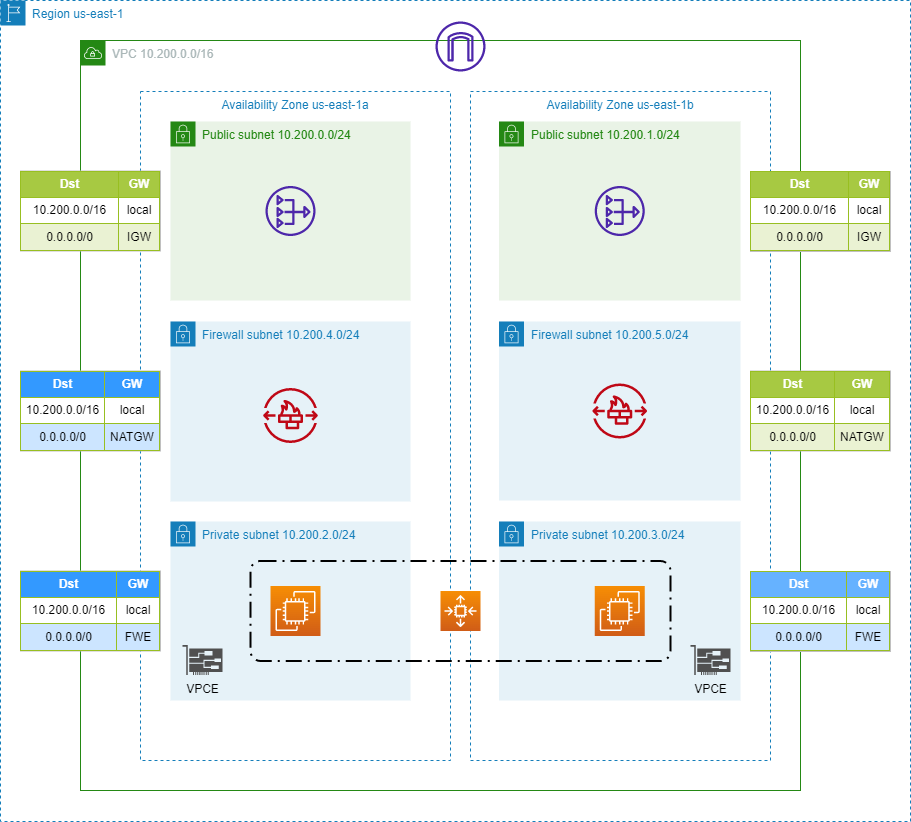
enanselmi/base-infrastructure-with-firewall keeps this draw.io diagram as images/diagram.png. Above is the earlier version. Source tidied: cells renumbered, new cells last; positions are measured from the earlier drawing's top-left corner, leaving out a move shared by most shapes.
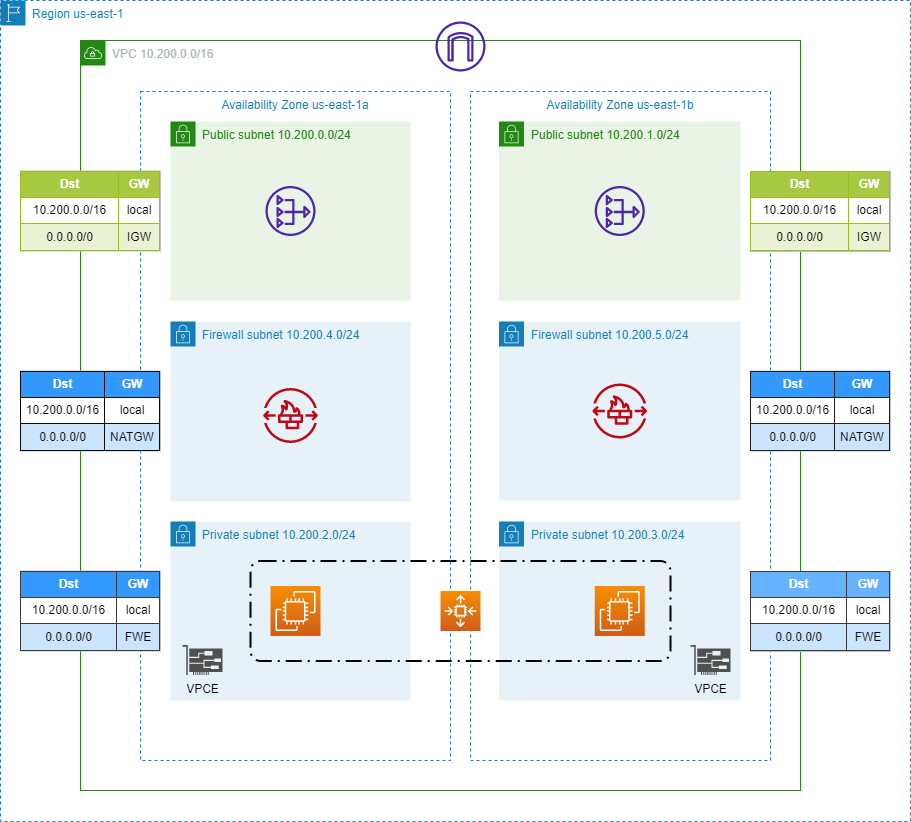
Above is the later version.

Change to the diagram source:
```diff
@@ -56,10 +56,10 @@
     <mxCell id="19" value="&lt;table border=&quot;1&quot; width=&quot;100%&quot; height=&quot;100%&quot; cellpadding=&quot;4&quot; style=&quot;width:100%;height:100%;border-collapse:collapse;&quot;&gt;&lt;tbody&gt;&lt;tr style=&quot;background-color:#A7C942;color:#ffffff;border:1px solid #98bf21;&quot;&gt;&lt;th style=&quot;text-align: center;&quot;&gt;Dst&lt;/th&gt;&lt;th style=&quot;text-align: center;&quot;&gt;GW&lt;/th&gt;&lt;/tr&gt;&lt;tr style=&quot;border:1px solid #98bf21;&quot;&gt;&lt;td style=&quot;text-align: center;&quot;&gt;10.200.0.0/16&lt;/td&gt;&lt;td style=&quot;text-align: center;&quot;&gt;local&lt;/td&gt;&lt;/tr&gt;&lt;tr style=&quot;background-color:#EAF2D3;border:1px solid #98bf21;&quot;&gt;&lt;td style=&quot;text-align: center;&quot;&gt;0.0.0.0/0&lt;/td&gt;&lt;td style=&quot;text-align: center;&quot;&gt;IGW&lt;/td&gt;&lt;/tr&gt;&lt;/tbody&gt;&lt;/table&gt;" style="text;html=1;strokeColor=#c0c0c0;fillColor=#ffffff;overflow=fill;rounded=0;" parent="3" vertex="1">
       <mxGeometry x="-60" y="130.5" width="140" height="80" as="geometry" />
     </mxCell>
-    <mxCell id="20" value="&lt;table border=&quot;1&quot; width=&quot;100%&quot; height=&quot;100%&quot; cellpadding=&quot;4&quot; style=&quot;width:100%;height:100%;border-collapse:collapse;&quot;&gt;&lt;tbody&gt;&lt;tr style=&quot;background-color:#A7C942;color:#ffffff;border:1px solid #98bf21;&quot;&gt;&lt;th style=&quot;text-align: center; background-color: rgb(51, 153, 255);&quot;&gt;Dst&lt;/th&gt;&lt;th style=&quot;text-align: center; background-color: rgb(51, 153, 255);&quot;&gt;GW&lt;/th&gt;&lt;/tr&gt;&lt;tr style=&quot;border:1px solid #98bf21;&quot;&gt;&lt;td style=&quot;text-align: center;&quot;&gt;10.200.0.0/16&lt;/td&gt;&lt;td style=&quot;text-align: center;&quot;&gt;local&lt;/td&gt;&lt;/tr&gt;&lt;tr style=&quot;background-color:#EAF2D3;border:1px solid #98bf21;&quot;&gt;&lt;td style=&quot;text-align: center; background-color: rgb(204, 229, 255);&quot;&gt;0.0.0.0/0&lt;/td&gt;&lt;td style=&quot;text-align: center; background-color: rgb(204, 229, 255);&quot;&gt;NATGW&lt;/td&gt;&lt;/tr&gt;&lt;/tbody&gt;&lt;/table&gt;" style="text;html=1;strokeColor=#c0c0c0;fillColor=#ffffff;overflow=fill;rounded=0;" parent="3" vertex="1">
+    <mxCell id="20" value="&lt;table border=&quot;1&quot; width=&quot;100%&quot; height=&quot;100%&quot; cellpadding=&quot;4&quot; style=&quot;width: 100%; height: 100%; border-collapse: collapse; border: 1px solid rgb(10, 10, 10);&quot;&gt;&lt;tbody&gt;&lt;tr style=&quot;background-color: rgb(167, 201, 66); color: rgb(255, 255, 255);&quot;&gt;&lt;th style=&quot;text-align: center; background-color: rgb(51, 153, 255);&quot;&gt;Dst&lt;/th&gt;&lt;th style=&quot;text-align: center; background-color: rgb(51, 153, 255);&quot;&gt;GW&lt;/th&gt;&lt;/tr&gt;&lt;tr style=&quot;&quot;&gt;&lt;td style=&quot;text-align: center;&quot;&gt;10.200.0.0/16&lt;/td&gt;&lt;td style=&quot;text-align: center;&quot;&gt;local&lt;/td&gt;&lt;/tr&gt;&lt;tr style=&quot;background-color: rgb(234, 242, 211);&quot;&gt;&lt;td style=&quot;text-align: center; background-color: rgb(204, 229, 255);&quot;&gt;0.0.0.0/0&lt;/td&gt;&lt;td style=&quot;text-align: center; background-color: rgb(204, 229, 255);&quot;&gt;NATGW&lt;/td&gt;&lt;/tr&gt;&lt;/tbody&gt;&lt;/table&gt;" style="text;html=1;strokeColor=#c0c0c0;fillColor=#ffffff;overflow=fill;rounded=0;" parent="3" vertex="1">
       <mxGeometry x="-60" y="330.5" width="140" height="80" as="geometry" />
     </mxCell>
-    <mxCell id="21" value="&lt;table border=&quot;1&quot; width=&quot;100%&quot; height=&quot;100%&quot; cellpadding=&quot;4&quot; style=&quot;width:100%;height:100%;border-collapse:collapse;&quot;&gt;&lt;tbody&gt;&lt;tr style=&quot;background-color:#A7C942;color:#ffffff;border:1px solid #98bf21;&quot;&gt;&lt;th style=&quot;text-align: center; background-color: rgb(51, 153, 255);&quot;&gt;Dst&lt;/th&gt;&lt;th style=&quot;text-align: center; background-color: rgb(51, 153, 255);&quot;&gt;GW&lt;/th&gt;&lt;/tr&gt;&lt;tr style=&quot;border:1px solid #98bf21;&quot;&gt;&lt;td style=&quot;text-align: center;&quot;&gt;10.200.0.0/16&lt;/td&gt;&lt;td style=&quot;text-align: center;&quot;&gt;local&lt;/td&gt;&lt;/tr&gt;&lt;tr style=&quot;background-color:#EAF2D3;border:1px solid #98bf21;&quot;&gt;&lt;td style=&quot;text-align: center; background-color: rgb(204, 229, 255);&quot;&gt;0.0.0.0/0&lt;/td&gt;&lt;td style=&quot;text-align: center; background-color: rgb(204, 229, 255);&quot;&gt;FWE&lt;/td&gt;&lt;/tr&gt;&lt;/tbody&gt;&lt;/table&gt;" style="text;html=1;strokeColor=#c0c0c0;fillColor=#ffffff;overflow=fill;rounded=0;" parent="3" vertex="1">
+    <mxCell id="21" value="&lt;table border=&quot;1&quot; width=&quot;100%&quot; height=&quot;100%&quot; cellpadding=&quot;4&quot; style=&quot;width: 100%; height: 100%; border-collapse: collapse; border: 1px solid rgb(59, 59, 59);&quot;&gt;&lt;tbody&gt;&lt;tr style=&quot;background-color: rgb(167, 201, 66); color: rgb(255, 255, 255);&quot;&gt;&lt;th style=&quot;text-align: center; background-color: rgb(51, 153, 255);&quot;&gt;Dst&lt;/th&gt;&lt;th style=&quot;text-align: center; background-color: rgb(51, 153, 255);&quot;&gt;GW&lt;/th&gt;&lt;/tr&gt;&lt;tr style=&quot;&quot;&gt;&lt;td style=&quot;text-align: center;&quot;&gt;10.200.0.0/16&lt;/td&gt;&lt;td style=&quot;text-align: center;&quot;&gt;local&lt;/td&gt;&lt;/tr&gt;&lt;tr style=&quot;background-color: rgb(234, 242, 211);&quot;&gt;&lt;td style=&quot;text-align: center; background-color: rgb(204, 229, 255);&quot;&gt;0.0.0.0/0&lt;/td&gt;&lt;td style=&quot;text-align: center; background-color: rgb(204, 229, 255);&quot;&gt;FWE&lt;/td&gt;&lt;/tr&gt;&lt;/tbody&gt;&lt;/table&gt;" style="text;html=1;strokeColor=#c0c0c0;fillColor=#ffffff;overflow=fill;rounded=0;" parent="3" vertex="1">
       <mxGeometry x="-60" y="530.5" width="140" height="80" as="geometry" />
     </mxCell>
     <mxCell id="22" value="&lt;span style=&quot;&quot;&gt;VPCE&lt;/span&gt;" style="sketch=0;shadow=0;dashed=0;html=1;strokeColor=none;fillColor=#505050;labelPosition=center;verticalLabelPosition=bottom;verticalAlign=top;align=center;shape=mxgraph.office.devices.nic;labelBackgroundColor=none;" parent="3" vertex="1">
@@ -77,10 +77,10 @@
     <mxCell id="26" value="&lt;table border=&quot;1&quot; width=&quot;100%&quot; height=&quot;100%&quot; cellpadding=&quot;4&quot; style=&quot;width:100%;height:100%;border-collapse:collapse;&quot;&gt;&lt;tbody&gt;&lt;tr style=&quot;background-color:#A7C942;color:#ffffff;border:1px solid #98bf21;&quot;&gt;&lt;th style=&quot;text-align: center;&quot;&gt;Dst&lt;/th&gt;&lt;th style=&quot;text-align: center;&quot;&gt;GW&lt;/th&gt;&lt;/tr&gt;&lt;tr style=&quot;border:1px solid #98bf21;&quot;&gt;&lt;td style=&quot;text-align: center;&quot;&gt;10.200.0.0/16&lt;/td&gt;&lt;td style=&quot;text-align: center;&quot;&gt;local&lt;/td&gt;&lt;/tr&gt;&lt;tr style=&quot;background-color:#EAF2D3;border:1px solid #98bf21;&quot;&gt;&lt;td style=&quot;text-align: center;&quot;&gt;0.0.0.0/0&lt;/td&gt;&lt;td style=&quot;text-align: center;&quot;&gt;IGW&lt;/td&gt;&lt;/tr&gt;&lt;/tbody&gt;&lt;/table&gt;" style="text;html=1;strokeColor=#c0c0c0;fillColor=#ffffff;overflow=fill;rounded=0;" parent="2" vertex="1">
       <mxGeometry x="750" y="171" width="140" height="80" as="geometry" />
     </mxCell>
-    <mxCell id="27" value="&lt;table border=&quot;1&quot; width=&quot;100%&quot; height=&quot;100%&quot; cellpadding=&quot;4&quot; style=&quot;width:100%;height:100%;border-collapse:collapse;&quot;&gt;&lt;tbody&gt;&lt;tr style=&quot;background-color:#A7C942;color:#ffffff;border:1px solid #98bf21;&quot;&gt;&lt;th style=&quot;text-align: center;&quot;&gt;Dst&lt;/th&gt;&lt;th style=&quot;text-align: center;&quot;&gt;GW&lt;/th&gt;&lt;/tr&gt;&lt;tr style=&quot;border:1px solid #98bf21;&quot;&gt;&lt;td style=&quot;text-align: center;&quot;&gt;10.200.0.0/16&lt;/td&gt;&lt;td style=&quot;text-align: center;&quot;&gt;local&lt;/td&gt;&lt;/tr&gt;&lt;tr style=&quot;background-color:#EAF2D3;border:1px solid #98bf21;&quot;&gt;&lt;td style=&quot;text-align: center;&quot;&gt;0.0.0.0/0&lt;/td&gt;&lt;td style=&quot;text-align: center;&quot;&gt;NATGW&lt;/td&gt;&lt;/tr&gt;&lt;/tbody&gt;&lt;/table&gt;" style="text;html=1;strokeColor=#c0c0c0;fillColor=#ffffff;overflow=fill;rounded=0;" parent="2" vertex="1">
+    <mxCell id="27" value="&lt;table border=&quot;1&quot; width=&quot;100%&quot; height=&quot;100%&quot; cellpadding=&quot;4&quot; style=&quot;width: 100%; height: 100%; border-collapse: collapse; border: 1px solid rgb(33, 33, 33);&quot;&gt;&lt;tbody&gt;&lt;tr style=&quot;background-color: rgb(167, 201, 66); color: rgb(255, 255, 255);&quot;&gt;&lt;th style=&quot;text-align: center; background-color: rgb(51, 153, 255);&quot;&gt;Dst&lt;/th&gt;&lt;th style=&quot;text-align: center; background-color: rgb(51, 153, 255);&quot;&gt;GW&lt;/th&gt;&lt;/tr&gt;&lt;tr style=&quot;&quot;&gt;&lt;td style=&quot;text-align: center;&quot;&gt;10.200.0.0/16&lt;/td&gt;&lt;td style=&quot;text-align: center;&quot;&gt;local&lt;/td&gt;&lt;/tr&gt;&lt;tr style=&quot;background-color: rgb(234, 242, 211);&quot;&gt;&lt;td style=&quot;text-align: center; background-color: rgb(204, 229, 255);&quot;&gt;0.0.0.0/0&lt;/td&gt;&lt;td border=&quot;1&quot; style=&quot;text-align: center; background-color: rgb(204, 229, 255); border-collapse: collapse;&quot;&gt;NATGW&lt;/td&gt;&lt;/tr&gt;&lt;/tbody&gt;&lt;/table&gt;" style="text;html=1;strokeColor=#c0c0c0;fillColor=#ffffff;overflow=fill;rounded=0;" parent="2" vertex="1">
       <mxGeometry x="750" y="370.5" width="140" height="80" as="geometry" />
     </mxCell>
-    <mxCell id="28" value="&lt;table border=&quot;1&quot; width=&quot;100%&quot; height=&quot;100%&quot; cellpadding=&quot;4&quot; style=&quot;width:100%;height:100%;border-collapse:collapse;&quot;&gt;&lt;tbody&gt;&lt;tr style=&quot;background-color:#A7C942;color:#ffffff;border:1px solid #98bf21;&quot;&gt;&lt;th style=&quot;text-align: center; background-color: rgb(102, 178, 255);&quot;&gt;Dst&lt;/th&gt;&lt;th style=&quot;text-align: center; background-color: rgb(102, 178, 255);&quot;&gt;GW&lt;/th&gt;&lt;/tr&gt;&lt;tr style=&quot;border:1px solid #98bf21;&quot;&gt;&lt;td style=&quot;text-align: center;&quot;&gt;10.200.0.0/16&lt;/td&gt;&lt;td style=&quot;text-align: center;&quot;&gt;local&lt;/td&gt;&lt;/tr&gt;&lt;tr style=&quot;background-color:#EAF2D3;border:1px solid #98bf21;&quot;&gt;&lt;td style=&quot;text-align: center; background-color: rgb(204, 229, 255);&quot;&gt;0.0.0.0/0&lt;/td&gt;&lt;td style=&quot;text-align: center; background-color: rgb(204, 229, 255);&quot;&gt;FWE&lt;/td&gt;&lt;/tr&gt;&lt;/tbody&gt;&lt;/table&gt;" style="text;html=1;strokeColor=#c0c0c0;fillColor=default;overflow=fill;rounded=0;" parent="2" vertex="1">
+    <mxCell id="28" value="&lt;table border=&quot;1&quot; width=&quot;100%&quot; height=&quot;100%&quot; cellpadding=&quot;4&quot; style=&quot;width: 100%; height: 100%; border-collapse: collapse; border: 1px solid rgb(59, 59, 59);&quot;&gt;&lt;tbody&gt;&lt;tr style=&quot;background-color: rgb(167, 201, 66); color: rgb(255, 255, 255);&quot;&gt;&lt;th style=&quot;text-align: center; background-color: rgb(102, 178, 255);&quot;&gt;Dst&lt;/th&gt;&lt;th style=&quot;text-align: center; background-color: rgb(102, 178, 255);&quot;&gt;GW&lt;/th&gt;&lt;/tr&gt;&lt;tr style=&quot;&quot;&gt;&lt;td style=&quot;text-align: center;&quot;&gt;10.200.0.0/16&lt;/td&gt;&lt;td style=&quot;text-align: center;&quot;&gt;local&lt;/td&gt;&lt;/tr&gt;&lt;tr style=&quot;background-color: rgb(234, 242, 211);&quot;&gt;&lt;td style=&quot;text-align: center; background-color: rgb(204, 229, 255);&quot;&gt;0.0.0.0/0&lt;/td&gt;&lt;td style=&quot;text-align: center; background-color: rgb(204, 229, 255);&quot;&gt;FWE&lt;/td&gt;&lt;/tr&gt;&lt;/tbody&gt;&lt;/table&gt;" style="text;html=1;strokeColor=#c0c0c0;fillColor=default;overflow=fill;rounded=0;" parent="2" vertex="1">
       <mxGeometry x="750" y="571" width="140" height="80" as="geometry" />
     </mxCell>
   </root>
```
